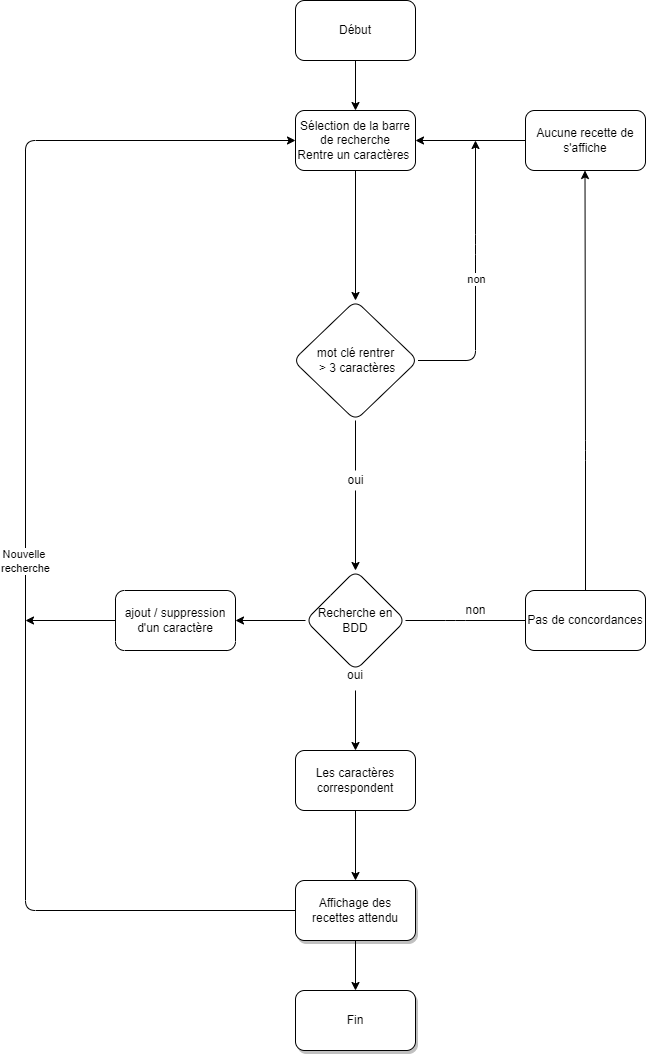
Above: public/docs/P07 Search BDD.drawio.png in Yan-Coquoz/P07-front-end_search-engine (draw.io), before the change. Source tidied: cells renumbered, new cells last; positions are measured from the earlier drawing's top-left corner, leaving out a move shared by most shapes.
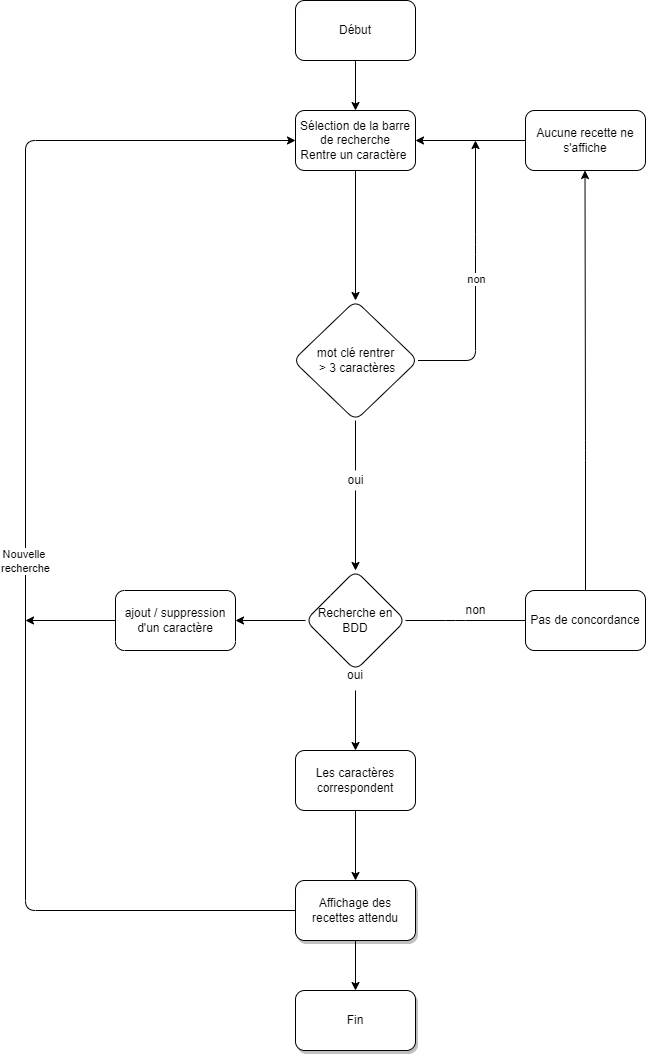
Later version of the same file.

The edit, as a diff of the source:
```diff
@@ -11,7 +11,7 @@
     <mxCell id="4" style="edgeStyle=orthogonalEdgeStyle;jettySize=auto;html=1;entryX=0.5;entryY=0;entryDx=0;entryDy=0;" parent="1" edge="1" source="5" target="22">
       <mxGeometry relative="1" as="geometry" />
     </mxCell>
-    <mxCell id="5" value="Sélection de la barre de recherche&lt;br&gt;Rentre un caractères&amp;nbsp;" style="whiteSpace=wrap;html=1;rounded=1;" parent="1" vertex="1">
+    <mxCell id="5" value="Sélection de la barre de recherche&lt;br&gt;Rentre un caractère&amp;nbsp;" style="whiteSpace=wrap;html=1;rounded=1;" parent="1" vertex="1">
       <mxGeometry x="270" y="110" width="120" height="60" as="geometry" />
     </mxCell>
     <mxCell id="6" style="edgeStyle=orthogonalEdgeStyle;jettySize=auto;html=1;startArrow=none;" parent="1" edge="1" source="23" target="10">
@@ -56,13 +56,13 @@
         </Array>
       </mxGeometry>
     </mxCell>
-    <mxCell id="16" value="Pas de concordances" style="whiteSpace=wrap;html=1;rounded=1;" parent="1" vertex="1">
+    <mxCell id="16" value="Pas de concordance" style="whiteSpace=wrap;html=1;rounded=1;" parent="1" vertex="1">
       <mxGeometry x="500" y="590" width="120" height="60" as="geometry" />
     </mxCell>
     <mxCell id="17" style="edgeStyle=orthogonalEdgeStyle;jettySize=auto;html=1;exitX=0;exitY=0.5;exitDx=0;exitDy=0;" parent="1" edge="1" source="18" target="5">
       <mxGeometry relative="1" as="geometry" />
     </mxCell>
-    <mxCell id="18" value="Aucune recette de s'affiche" style="whiteSpace=wrap;html=1;rounded=1;" parent="1" vertex="1">
+    <mxCell id="18" value="Aucune recette ne s'affiche" style="whiteSpace=wrap;html=1;rounded=1;" parent="1" vertex="1">
       <mxGeometry x="500" y="110" width="120" height="60" as="geometry" />
     </mxCell>
     <mxCell id="19" style="edgeStyle=orthogonalEdgeStyle;rounded=1;jettySize=auto;html=1;startArrow=none;exitX=1;exitY=0.5;exitDx=0;exitDy=0;" parent="1" edge="1" source="22">
```
